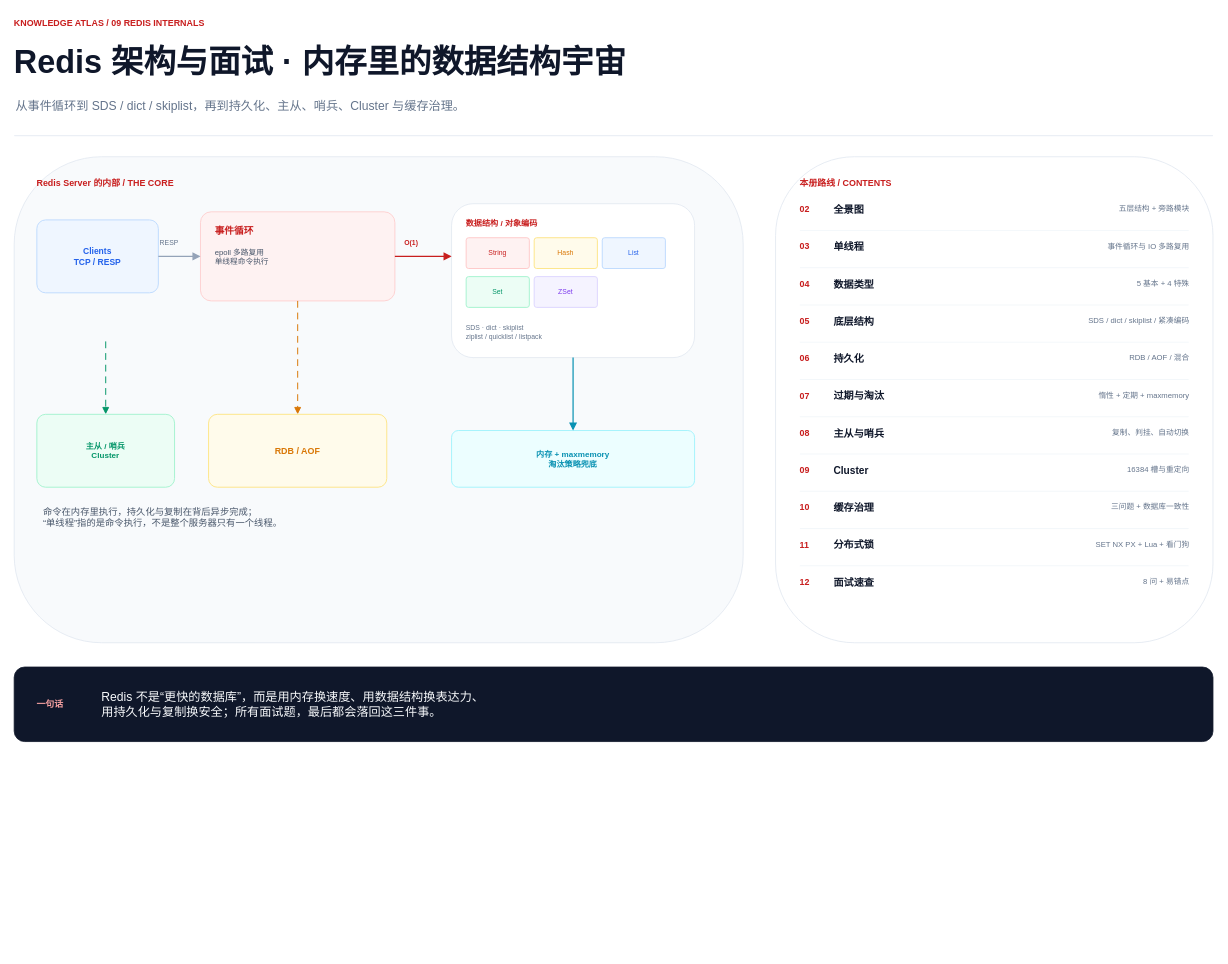
Above: page "01 封面" (1 of 12) of 2-redis/Redis-架构与面试.drawio in vic868/Deliberate (draw.io), before the change. Source tidied: cells renumbered, new cells numbered last; positions are measured from the earlier drawing's top-left corner, leaving out a move shared by most shapes. Both pictures are drawn from the tidied source at 81%, with x=0, y=0 at pixel (14, 14).
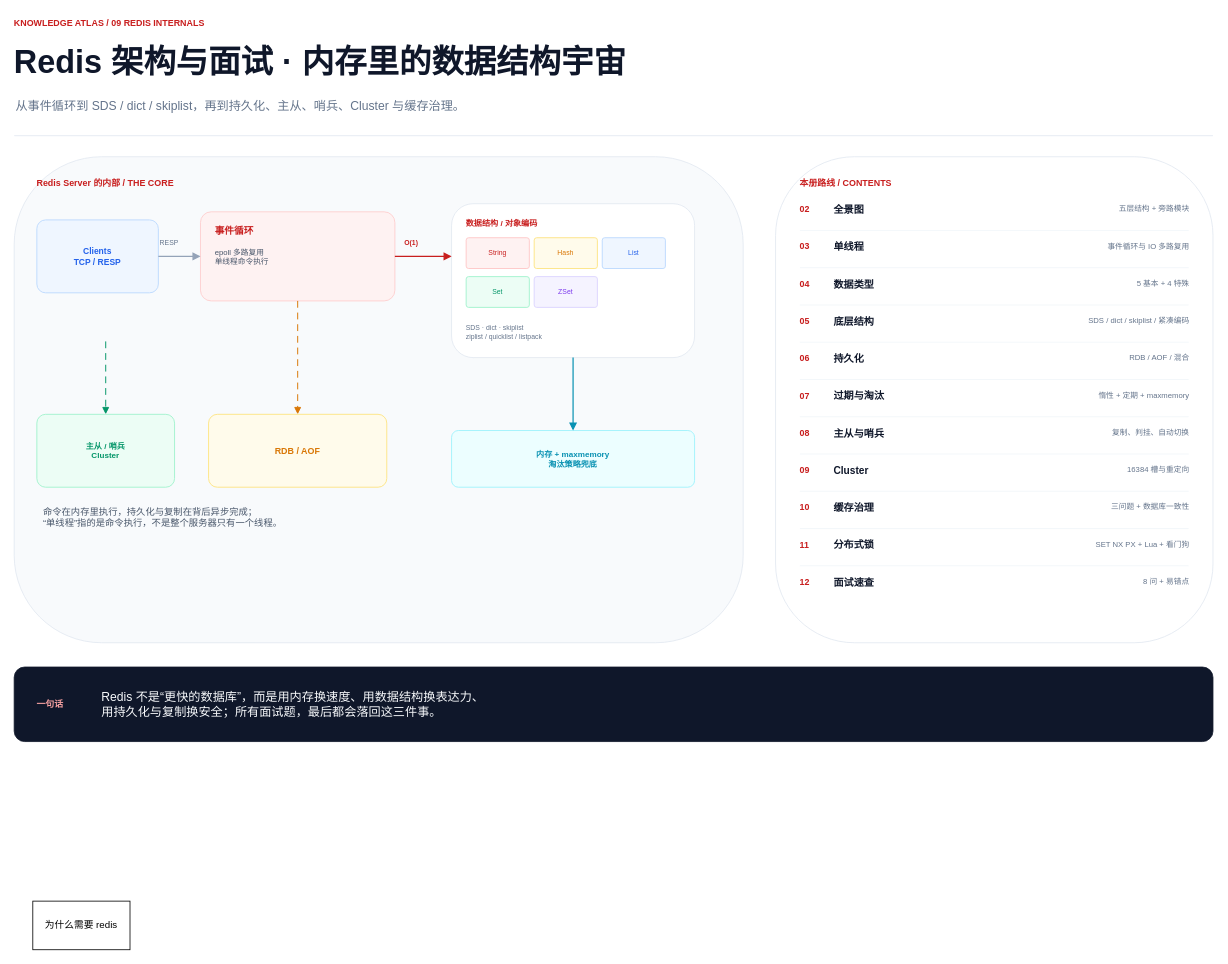
The same diagram, later.

Commit message (it also covers changes not shown here):
vault backup: 2026-10-24 11:59:22

Diff of the diagram source:
```diff
@@
+    <mxCell id="79" value="为什么需要 redis" style="rounded=0;whiteSpace=wrap;html=1;" parent="1" vertex="1">
+      <mxGeometry x="23" y="1095" width="120" height="60" as="geometry" />
+    </mxCell>
```
